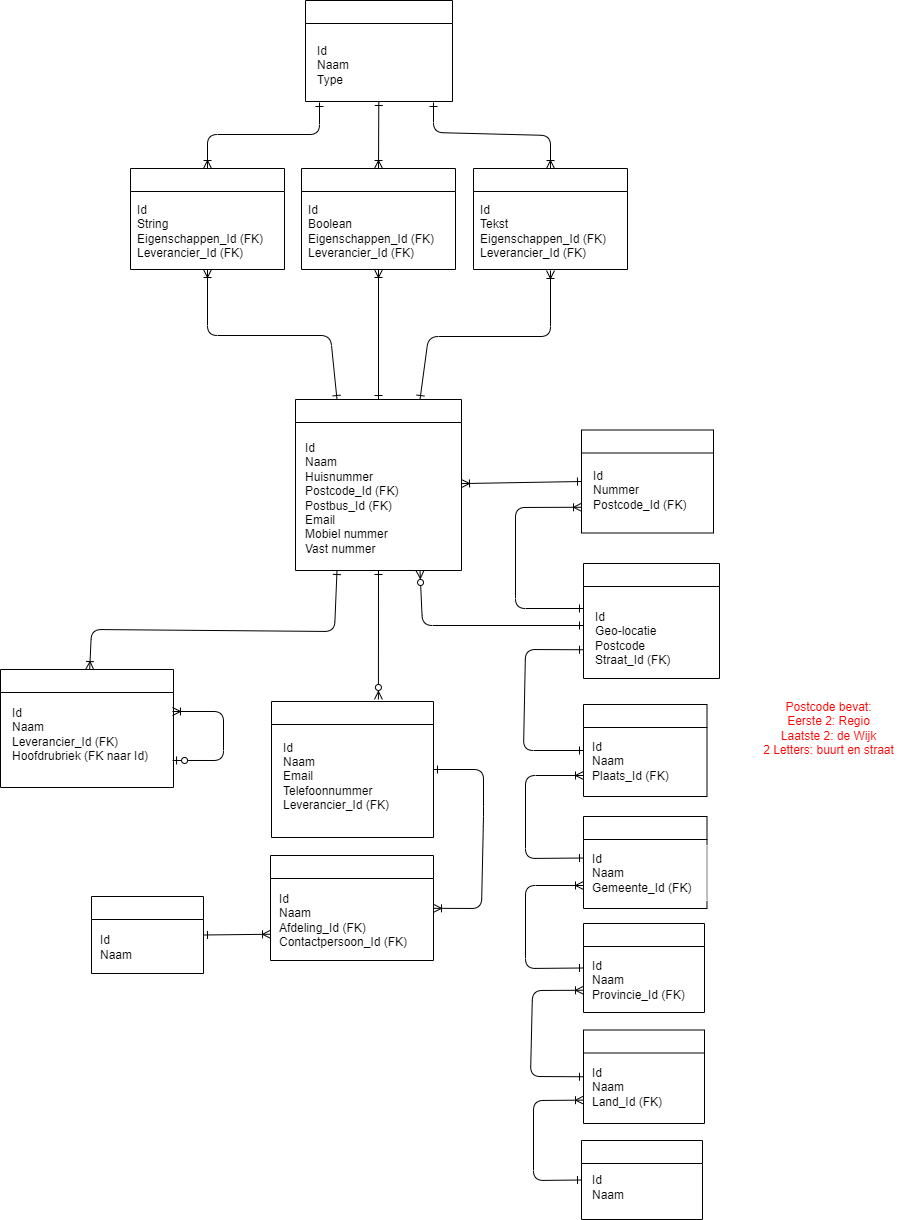
Earlier version of the draw.io export relational-data-storage/opdracht-1/DS-opdracht-1-v1.drawio.png (Dabra720/educom-data-science). Source tidied: cells renumbered, new cells last; positions are measured from the earlier drawing's top-left corner, leaving out a move shared by most shapes.
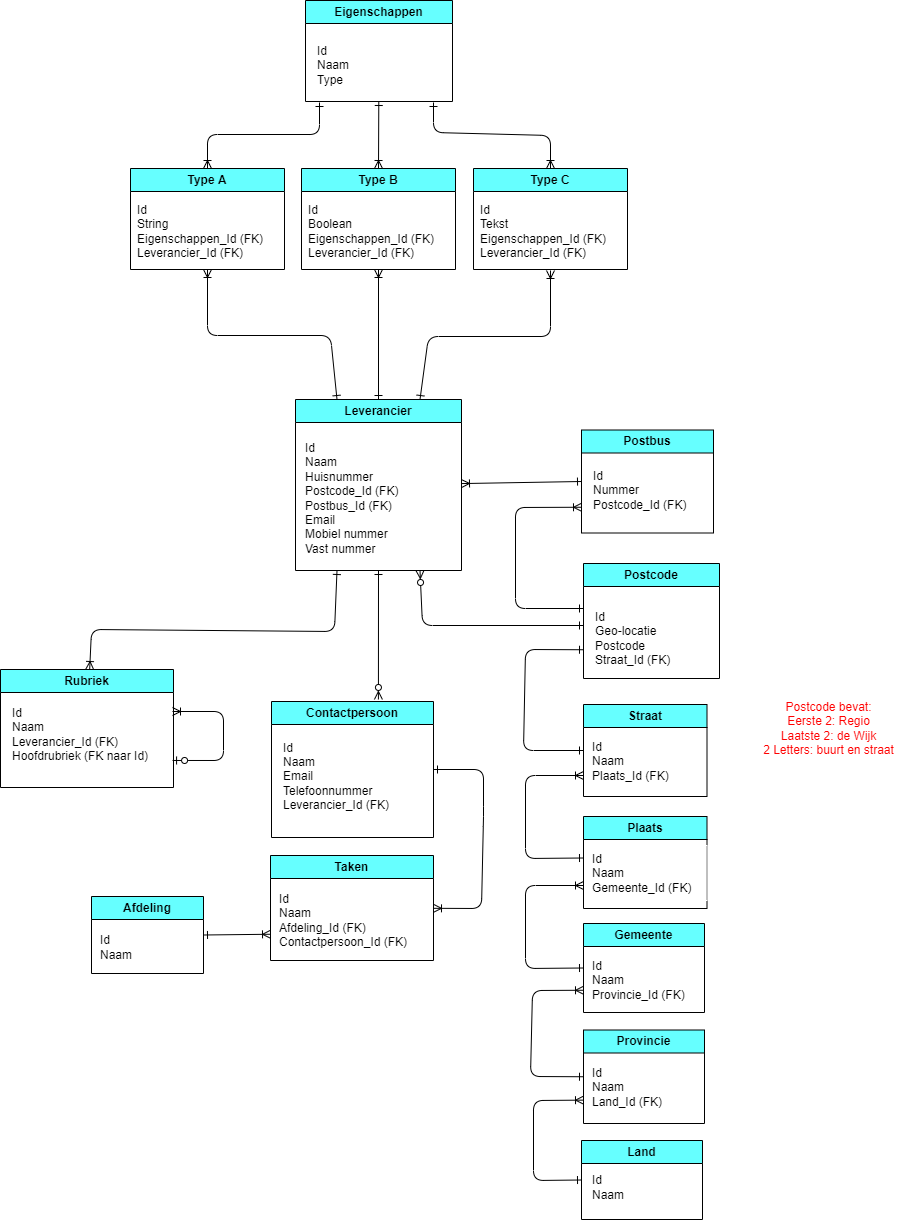
The same file after the commit.

Change to the diagram source:
```diff
@@ -13,7 +13,7 @@
     <mxCell id="3" style="edgeStyle=none;html=1;entryX=0;entryY=0.5;entryDx=0;entryDy=0;strokeColor=#000000;startArrow=ERoneToMany;startFill=0;endArrow=ERone;endFill=0;" parent="1" edge="1" source="4" target="19">
       <mxGeometry relative="1" as="geometry" />
     </mxCell>
-    <mxCell id="4" value="Leverancier" style="swimlane;whiteSpace=wrap;html=1;strokeColor=#000000;fontColor=#FFFFFF;fillStyle=solid;" parent="1" vertex="1">
+    <mxCell id="4" value="Leverancier" style="swimlane;whiteSpace=wrap;html=1;strokeColor=#000000;fontColor=#000000;fillStyle=solid;fillColor=#66FFFF;" parent="1" vertex="1">
       <mxGeometry x="295" y="399" width="166" height="171" as="geometry" />
     </mxCell>
     <mxCell id="5" value="Id&lt;br&gt;Naam&lt;br&gt;Huisnummer&lt;br&gt;Postcode_Id (FK)&lt;br&gt;Postbus_Id (FK)&lt;br&gt;Email&lt;br&gt;Mobiel nummer&lt;br&gt;Vast nummer" style="text;html=1;align=left;verticalAlign=middle;strokeColor=#FFFFFF;fillColor=none;fontColor=#000000;" parent="4" vertex="1">
@@ -27,7 +27,7 @@
         </Array>
       </mxGeometry>
     </mxCell>
-    <mxCell id="7" value="Rubriek" style="swimlane;whiteSpace=wrap;html=1;strokeColor=#000000;fontColor=#FFFFFF;" parent="1" vertex="1">
+    <mxCell id="7" value="Rubriek" style="swimlane;whiteSpace=wrap;html=1;strokeColor=#000000;fontColor=#000000;fillColor=#66FFFF;" parent="1" vertex="1">
       <mxGeometry y="669" width="173" height="118" as="geometry" />
     </mxCell>
     <mxCell id="8" value="Id&lt;br&gt;Naam&lt;br&gt;Leverancier_Id (FK)&lt;br&gt;Hoofdrubriek (FK naar Id)" style="text;html=1;align=left;verticalAlign=middle;points=[];strokeColor=#FFFFFF;fillColor=none;fontColor=#000000;" parent="7" vertex="1">
@@ -45,7 +45,7 @@
     <mxCell id="10" style="edgeStyle=none;html=1;entryX=0.5;entryY=1;entryDx=0;entryDy=0;startArrow=ERzeroToMany;startFill=0;endArrow=ERone;endFill=0;exitX=0.66;exitY=-0.015;exitDx=0;exitDy=0;exitPerimeter=0;strokeColor=#000000;fontColor=#000000;" parent="1" edge="1" source="11" target="4">
       <mxGeometry relative="1" as="geometry" />
     </mxCell>
-    <mxCell id="11" value="Contactpersoon" style="swimlane;whiteSpace=wrap;html=1;strokeColor=#000000;fontColor=#FFFFFF;" parent="1" vertex="1">
+    <mxCell id="11" value="Contactpersoon" style="swimlane;whiteSpace=wrap;html=1;strokeColor=#000000;fontColor=#000000;fillColor=#66FFFF;" parent="1" vertex="1">
       <mxGeometry x="271" y="701" width="162" height="136" as="geometry" />
     </mxCell>
     <mxCell id="12" value="Id&lt;br&gt;Naam&lt;br&gt;Email&lt;br&gt;Telefoonnummer&lt;br&gt;Leverancier_Id (FK)" style="text;html=1;align=left;verticalAlign=middle;strokeColor=#FFFFFF;fillColor=none;fontColor=#000000;" parent="11" vertex="1">
@@ -59,13 +59,13 @@
         </Array>
       </mxGeometry>
     </mxCell>
-    <mxCell id="14" value="Postcode" style="swimlane;whiteSpace=wrap;html=1;strokeColor=#000000;fontColor=#FFFFFF;" parent="1" vertex="1">
+    <mxCell id="14" value="Postcode" style="swimlane;whiteSpace=wrap;html=1;strokeColor=#000000;fontColor=#000000;fillColor=#66FFFF;" parent="1" vertex="1">
       <mxGeometry x="583" y="563" width="136" height="115" as="geometry" />
     </mxCell>
     <mxCell id="15" value="Id&lt;br&gt;Geo-locatie&lt;br&gt;Postcode&lt;br&gt;Straat_Id (FK)" style="text;html=1;align=left;verticalAlign=middle;strokeColor=#FFFFFF;fillColor=none;fontColor=#000000;" parent="14" vertex="1">
       <mxGeometry x="10" y="40" width="93" height="70" as="geometry" />
     </mxCell>
-    <mxCell id="16" value="Plaats" style="swimlane;whiteSpace=wrap;html=1;strokeColor=#000000;fontColor=#FFFFFF;" parent="1" vertex="1">
+    <mxCell id="16" value="Plaats" style="swimlane;whiteSpace=wrap;html=1;strokeColor=#000000;fontColor=#000000;fillColor=#66FFFF;" parent="1" vertex="1">
       <mxGeometry x="583" y="816" width="123.5" height="92" as="geometry" />
     </mxCell>
     <mxCell id="17" value="Id&lt;br&gt;Naam&lt;br&gt;Gemeente_Id&amp;nbsp;(FK)" style="text;html=1;align=left;verticalAlign=middle;strokeColor=#FFFFFF;fillColor=none;fontColor=#000000;" parent="16" vertex="1">
@@ -80,7 +80,7 @@
         </Array>
       </mxGeometry>
     </mxCell>
-    <mxCell id="19" value="Postbus" style="swimlane;whiteSpace=wrap;html=1;strokeColor=#000000;fontColor=#FFFFFF;" parent="1" vertex="1">
+    <mxCell id="19" value="Postbus" style="swimlane;whiteSpace=wrap;html=1;strokeColor=#000000;fontColor=#000000;fillColor=#66FFFF;" parent="1" vertex="1">
       <mxGeometry x="581" y="429.5" width="132" height="103" as="geometry" />
     </mxCell>
     <mxCell id="20" value="Id&lt;br&gt;Nummer&lt;br&gt;Postcode_Id (FK)" style="text;html=1;align=left;verticalAlign=middle;strokeColor=#FFFFFF;fillColor=none;fontColor=#000000;" parent="19" vertex="1">
@@ -107,7 +107,7 @@
         </Array>
       </mxGeometry>
     </mxCell>
-    <mxCell id="24" value="Eigenschappen" style="swimlane;whiteSpace=wrap;html=1;strokeColor=#000000;fontColor=#FFFFFF;" parent="1" vertex="1">
+    <mxCell id="24" value="Eigenschappen" style="swimlane;whiteSpace=wrap;html=1;strokeColor=#000000;fontColor=#000000;fillColor=#66FFFF;" parent="1" vertex="1">
       <mxGeometry x="305" width="147" height="101" as="geometry" />
     </mxCell>
     <mxCell id="25" value="Id&lt;br&gt;Naam&lt;br&gt;Type" style="text;html=1;align=left;verticalAlign=middle;strokeColor=#FFFFFF;fillColor=none;fontColor=#000000;" parent="24" vertex="1">
@@ -122,13 +122,13 @@
         </Array>
       </mxGeometry>
     </mxCell>
-    <mxCell id="27" value="Taken" style="swimlane;whiteSpace=wrap;html=1;strokeColor=#000000;fontColor=#FFFFFF;" parent="1" vertex="1">
+    <mxCell id="27" value="Taken" style="swimlane;whiteSpace=wrap;html=1;strokeColor=#000000;fontColor=#000000;fillColor=#66FFFF;" parent="1" vertex="1">
       <mxGeometry x="270" y="855" width="163" height="105" as="geometry" />
     </mxCell>
     <mxCell id="28" value="Id&lt;br&gt;Naam&lt;br&gt;Afdeling_Id (FK)&lt;br&gt;Contactpersoon_Id (FK)" style="text;html=1;align=left;verticalAlign=middle;strokeColor=#FFFFFF;fillColor=none;fontColor=#000000;" parent="27" vertex="1">
       <mxGeometry x="6.5" y="29.5" width="146" height="70" as="geometry" />
     </mxCell>
-    <mxCell id="29" value="Type A" style="swimlane;whiteSpace=wrap;html=1;strokeColor=#000000;fontColor=#FFFFFF;" parent="1" vertex="1">
+    <mxCell id="29" value="Type A" style="swimlane;whiteSpace=wrap;html=1;strokeColor=#000000;fontColor=#000000;fillColor=#66FFFF;" parent="1" vertex="1">
       <mxGeometry x="130" y="168" width="154" height="101" as="geometry" />
     </mxCell>
     <mxCell id="30" value="Id&lt;br&gt;String&lt;br&gt;Eigenschappen_Id (FK)&lt;br&gt;Leverancier_Id (FK)" style="text;html=1;align=left;verticalAlign=middle;strokeColor=#FFFFFF;fillColor=none;fontColor=#000000;" parent="29" vertex="1">
@@ -137,13 +137,13 @@
     <mxCell id="31" style="edgeStyle=none;html=1;entryX=0.5;entryY=0;entryDx=0;entryDy=0;strokeColor=#000000;startArrow=ERoneToMany;startFill=0;endArrow=ERone;endFill=0;" parent="1" edge="1" source="32" target="4">
       <mxGeometry relative="1" as="geometry" />
     </mxCell>
-    <mxCell id="32" value="Type B" style="swimlane;whiteSpace=wrap;html=1;strokeColor=#000000;fontColor=#FFFFFF;" parent="1" vertex="1">
+    <mxCell id="32" value="Type B" style="swimlane;whiteSpace=wrap;html=1;strokeColor=#000000;fontColor=#000000;fillColor=#66FFFF;" parent="1" vertex="1">
       <mxGeometry x="301" y="168" width="154" height="101" as="geometry" />
     </mxCell>
     <mxCell id="33" value="Id&lt;br&gt;Boolean&lt;br&gt;Eigenschappen_Id (FK)&lt;br&gt;Leverancier_Id (FK)" style="text;html=1;align=left;verticalAlign=middle;strokeColor=#FFFFFF;fillColor=none;fontColor=#000000;" parent="32" vertex="1">
       <mxGeometry x="5" y="28" width="144" height="70" as="geometry" />
     </mxCell>
-    <mxCell id="34" value="Type C" style="swimlane;whiteSpace=wrap;html=1;strokeColor=#000000;fontColor=#FFFFFF;" parent="1" vertex="1">
+    <mxCell id="34" value="Type C" style="swimlane;whiteSpace=wrap;html=1;strokeColor=#000000;fontColor=#000000;fillColor=#66FFFF;" parent="1" vertex="1">
       <mxGeometry x="473" y="168" width="154" height="101" as="geometry" />
     </mxCell>
     <mxCell id="35" value="Id&lt;br&gt;Tekst&lt;br&gt;Eigenschappen_Id (FK)&lt;br&gt;Leverancier_Id (FK)" style="text;html=1;align=left;verticalAlign=middle;strokeColor=#FFFFFF;fillColor=none;fontColor=#000000;" parent="34" vertex="1">
@@ -166,7 +166,7 @@
         </Array>
       </mxGeometry>
     </mxCell>
-    <mxCell id="38" value="Afdeling" style="swimlane;whiteSpace=wrap;html=1;strokeColor=#000000;fontColor=#FFFFFF;" parent="1" vertex="1">
+    <mxCell id="38" value="Afdeling" style="swimlane;whiteSpace=wrap;html=1;strokeColor=#000000;fontColor=#000000;fillColor=#66FFFF;" parent="1" vertex="1">
       <mxGeometry x="91" y="896" width="112" height="77" as="geometry" />
     </mxCell>
     <mxCell id="39" value="Id&lt;br&gt;Naam" style="text;html=1;align=left;verticalAlign=middle;strokeColor=#FFFFFF;fillColor=none;fontColor=#000000;" parent="38" vertex="1">
@@ -175,19 +175,19 @@
     <mxCell id="40" value="Postcode bevat:&lt;br&gt;Eerste 2: Regio&lt;br&gt;Laatste 2: de Wijk&lt;br&gt;2 Letters: buurt en straat" style="text;html=1;align=center;verticalAlign=middle;strokeColor=none;fillColor=none;fontColor=#FF0000;" parent="1" vertex="1">
       <mxGeometry x="753" y="693" width="149" height="70" as="geometry" />
     </mxCell>
-    <mxCell id="41" value="Gemeente" style="swimlane;whiteSpace=wrap;html=1;strokeColor=#000000;fontColor=#FFFFFF;" parent="1" vertex="1">
+    <mxCell id="41" value="Gemeente" style="swimlane;whiteSpace=wrap;html=1;strokeColor=#000000;fontColor=#000000;fillColor=#66FFFF;" parent="1" vertex="1">
       <mxGeometry x="583" y="923" width="121" height="89" as="geometry" />
     </mxCell>
     <mxCell id="42" value="Id&lt;br&gt;Naam&lt;br&gt;Provincie_Id&amp;nbsp;(FK)" style="text;html=1;align=left;verticalAlign=middle;strokeColor=#FFFFFF;fillColor=none;fontColor=#000000;" parent="41" vertex="1">
       <mxGeometry x="6.5" y="29" width="111" height="55" as="geometry" />
     </mxCell>
-    <mxCell id="43" value="Provincie" style="swimlane;whiteSpace=wrap;html=1;strokeColor=#000000;fontColor=#FFFFFF;" parent="1" vertex="1">
+    <mxCell id="43" value="Provincie" style="swimlane;whiteSpace=wrap;html=1;strokeColor=#000000;fontColor=#000000;fillColor=#66FFFF;" parent="1" vertex="1">
       <mxGeometry x="583" y="1029.5" width="121" height="93.5" as="geometry" />
     </mxCell>
     <mxCell id="44" value="Id&lt;br&gt;Naam&lt;br&gt;Land_Id (FK)" style="text;html=1;align=left;verticalAlign=middle;strokeColor=#FFFFFF;fillColor=none;fontColor=#000000;" parent="43" vertex="1">
       <mxGeometry x="6.5" y="30.2" width="88" height="55" as="geometry" />
     </mxCell>
-    <mxCell id="45" value="Land" style="swimlane;whiteSpace=wrap;html=1;strokeColor=#000000;fontColor=#FFFFFF;" parent="1" vertex="1">
+    <mxCell id="45" value="Land" style="swimlane;whiteSpace=wrap;html=1;strokeColor=#000000;fontColor=#000000;fillColor=#66FFFF;" parent="1" vertex="1">
       <mxGeometry x="581" y="1140" width="121" height="79" as="geometry" />
     </mxCell>
     <mxCell id="46" value="Id&lt;br&gt;Naam" style="text;html=1;align=left;verticalAlign=middle;strokeColor=#FFFFFF;fillColor=none;fontColor=#000000;" parent="45" vertex="1">
@@ -220,7 +220,7 @@
         </Array>
       </mxGeometry>
     </mxCell>
-    <mxCell id="51" value="Straat" style="swimlane;whiteSpace=wrap;html=1;strokeColor=#000000;fontColor=#FFFFFF;" parent="1" vertex="1">
+    <mxCell id="51" value="Straat" style="swimlane;whiteSpace=wrap;html=1;strokeColor=#000000;fontColor=#000000;fillColor=#66FFFF;" parent="1" vertex="1">
       <mxGeometry x="583" y="704" width="123.5" height="92" as="geometry" />
     </mxCell>
     <mxCell id="52" value="Id&lt;br&gt;Naam&lt;br&gt;Plaats_Id&amp;nbsp;(FK)" style="text;html=1;align=left;verticalAlign=middle;strokeColor=#FFFFFF;fillColor=none;fontColor=#000000;" parent="51" vertex="1">
```
